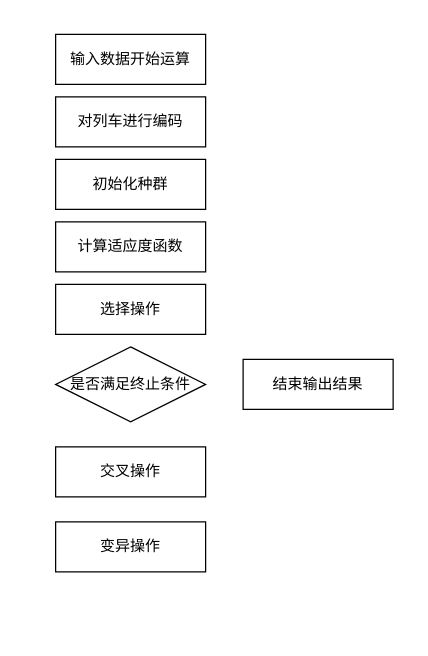
Before: Untitled Diagram.drawio in PhysicsZhang/KnowledgeGraph, a draw.io diagram. Source tidied: cells renumbered, new cells numbered last; positions are measured from the earlier drawing's top-left corner, leaving out a move shared by most shapes. Both pictures are drawn from the tidied source at 125%, with x=0, y=0 at pixel (55, 34).
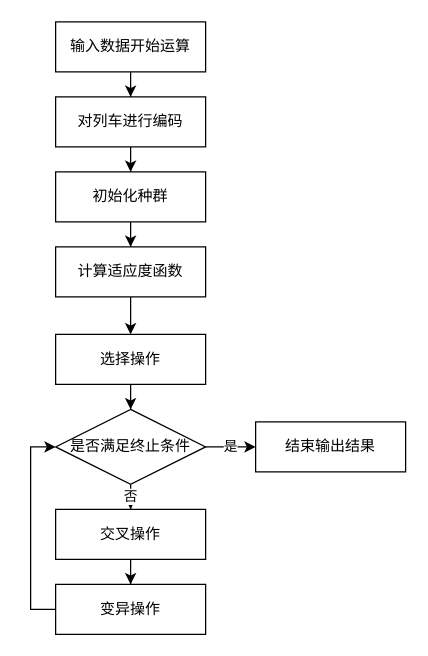
The same diagram, later.

The change refers to these unchanged cells:
```xml
<mxCell id="7" value="对列车进行编码" style="whiteSpace=wrap;html=1;" parent="1" vertex="1">
  <mxGeometry y="50" width="120" height="40" as="geometry" />
</mxCell>
```

What changed in the source:
```diff
@@
+    <mxCell id="11" style="edgeStyle=orthogonalEdgeStyle;rounded=0;jettySize=auto;html=1;entryX=0;entryY=0.5;entryDx=0;entryDy=0;" parent="1" edge="1" source="2" target="4">
+      <mxGeometry relative="1" as="geometry">
+        <Array as="points">
+          <mxPoint x="-20" y="460" />
+          <mxPoint x="-20" y="330" />
+        </Array>
+      </mxGeometry>
+    </mxCell>
     <mxCell id="2" value="变异操作" style="whiteSpace=wrap;html=1;" parent="1" vertex="1">
-      <mxGeometry y="390" width="120" height="40" as="geometry" />
+      <mxGeometry y="440" width="120" height="40" as="geometry" />
     </mxCell>
+    <mxCell id="12" style="edgeStyle=orthogonalEdgeStyle;rounded=0;jettySize=auto;html=1;entryX=0.5;entryY=0;entryDx=0;entryDy=0;" parent="1" edge="1" source="3" target="7">
+      <mxGeometry relative="1" as="geometry" />
+    </mxCell>
     <mxCell id="3" value="输入数据开始运算" style="whiteSpace=wrap;html=1;" parent="1" vertex="1">
-      <mxGeometry width="120" height="40" as="geometry" />
+      <mxGeometry y="-10" width="120" height="40" as="geometry" />
     </mxCell>
+    <mxCell id="13" value="否" style="edgeStyle=orthogonalEdgeStyle;rounded=0;jettySize=auto;html=1;" parent="1" edge="1" source="4" target="8">
+      <mxGeometry relative="1" as="geometry" />
+    </mxCell>
+    <mxCell id="14" value="是" style="edgeStyle=orthogonalEdgeStyle;rounded=0;jettySize=auto;html=1;" parent="1" edge="1" source="4" target="10">
+      <mxGeometry relative="1" as="geometry" />
+    </mxCell>
     <mxCell id="4" value="是否满足终止条件" style="rhombus;whiteSpace=wrap;html=1;" parent="1" vertex="1">
-      <mxGeometry y="250" width="120" height="60" as="geometry" />
+      <mxGeometry y="300" width="120" height="60" as="geometry" />
     </mxCell>
+    <mxCell id="15" style="edgeStyle=orthogonalEdgeStyle;rounded=0;jettySize=auto;html=1;" parent="1" edge="1" source="5" target="6">
+      <mxGeometry relative="1" as="geometry" />
+    </mxCell>
     <mxCell id="5" value="初始化种群" style="whiteSpace=wrap;html=1;" parent="1" vertex="1">
-      <mxGeometry y="100" width="120" height="40" as="geometry" />
+      <mxGeometry y="110" width="120" height="40" as="geometry" />
     </mxCell>
+    <mxCell id="16" style="edgeStyle=orthogonalEdgeStyle;rounded=0;jettySize=auto;html=1;" parent="1" edge="1" source="6" target="9">
+      <mxGeometry relative="1" as="geometry" />
+    </mxCell>
     <mxCell id="6" value="计算适应度函数" style="whiteSpace=wrap;html=1;" parent="1" vertex="1">
-      <mxGeometry y="150" width="120" height="40" as="geometry" />
+      <mxGeometry y="170" width="120" height="40" as="geometry" />
     </mxCell>
+    <mxCell id="17" style="edgeStyle=orthogonalEdgeStyle;rounded=0;jettySize=auto;html=1;" parent="1" edge="1" source="7" target="5">
+      <mxGeometry relative="1" as="geometry" />
+    </mxCell>
@@
+    <mxCell id="18" style="edgeStyle=orthogonalEdgeStyle;rounded=0;jettySize=auto;html=1;entryX=0.5;entryY=0;entryDx=0;entryDy=0;" parent="1" edge="1" source="8" target="2">
+      <mxGeometry relative="1" as="geometry" />
+    </mxCell>
     <mxCell id="8" value="交叉操作" style="whiteSpace=wrap;html=1;" parent="1" vertex="1">
-      <mxGeometry y="330" width="120" height="40" as="geometry" />
+      <mxGeometry y="380" width="120" height="40" as="geometry" />
     </mxCell>
+    <mxCell id="19" style="edgeStyle=orthogonalEdgeStyle;rounded=0;jettySize=auto;html=1;" parent="1" edge="1" source="9" target="4">
+      <mxGeometry relative="1" as="geometry" />
+    </mxCell>
     <mxCell id="9" value="选择操作" style="whiteSpace=wrap;html=1;" parent="1" vertex="1">
-      <mxGeometry y="200" width="120" height="40" as="geometry" />
+      <mxGeometry y="240" width="120" height="40" as="geometry" />
     </mxCell>
     <mxCell id="10" value="结束输出结果" style="whiteSpace=wrap;html=1;" parent="1" vertex="1">
-      <mxGeometry x="150" y="260" width="120" height="40" as="geometry" />
+      <mxGeometry x="160" y="310" width="120" height="40" as="geometry" />
     </mxCell>
```
